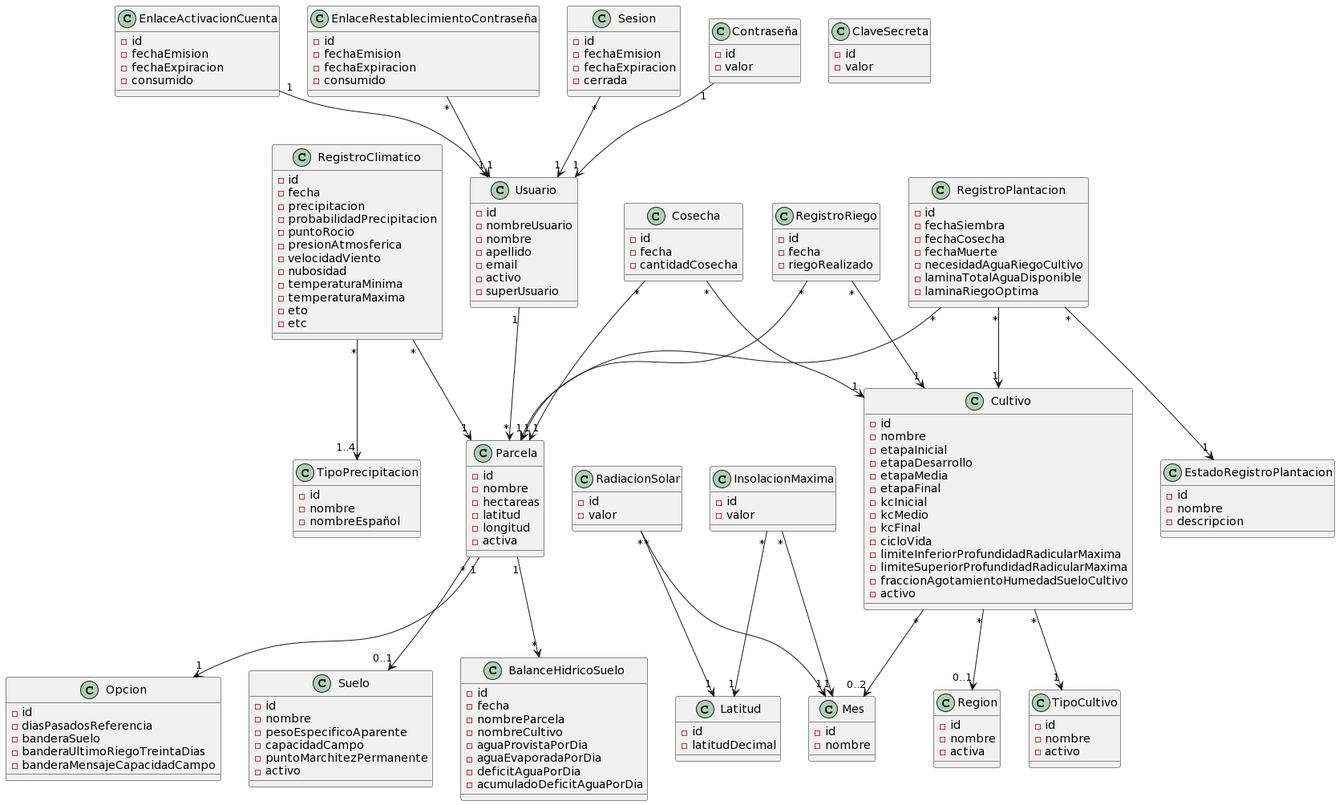
This is docs/domain model/Modelo de dominio.png from facundopaez-dev/sistema-web-riego, a PlantUML export, as it was before one commit.
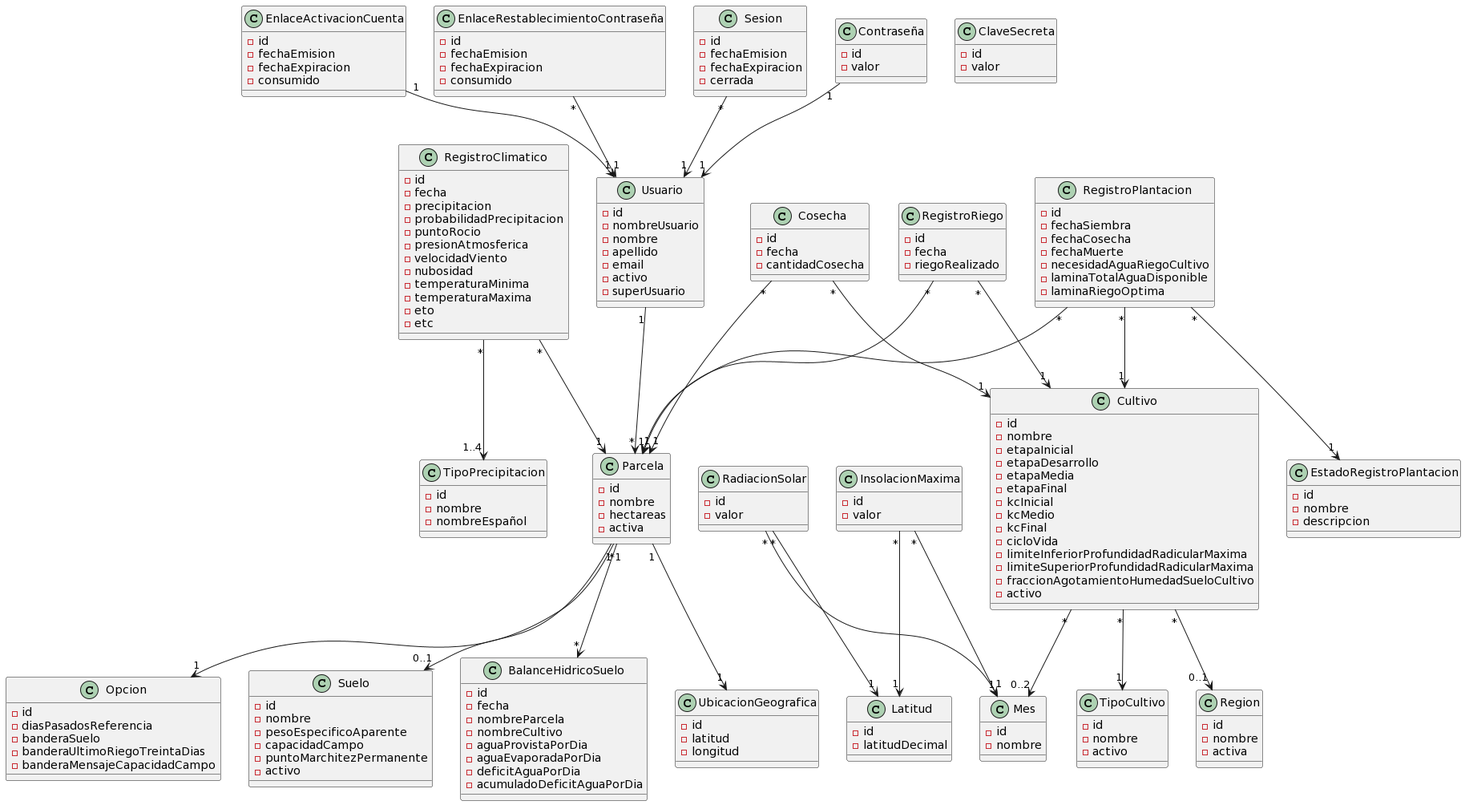
Later version of the same file.

Change to the diagram source:
```diff
@@ -23,14 +23,19 @@
 Parcela "1" --> "*" BalanceHidricoSuelo
 Cosecha "*" --> "1" Parcela
 Cosecha "*" --> "1" Cultivo
+Parcela "1" --> "1" UbicacionGeografica
 
 class Parcela {
 -id
 -nombre
 -hectareas
+-activa
+}
+
+class UbicacionGeografica {
+-id
 -latitud
 -longitud
--activa
 }
 
 class Cosecha {
```
